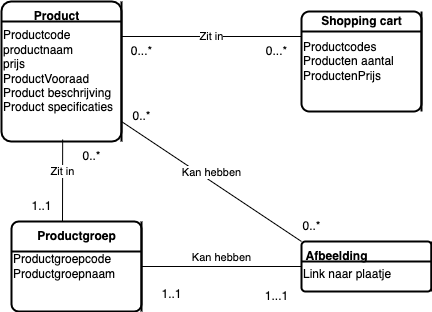
Before: drawio/domainModel/KBS-DomainModel.drawio.png, a diagram exported from draw.io (Naraquoth/nerdygadgets). Source tidied: cells renumbered, new cells last; positions are measured from the earlier drawing's top-left corner, leaving out a move shared by most shapes.
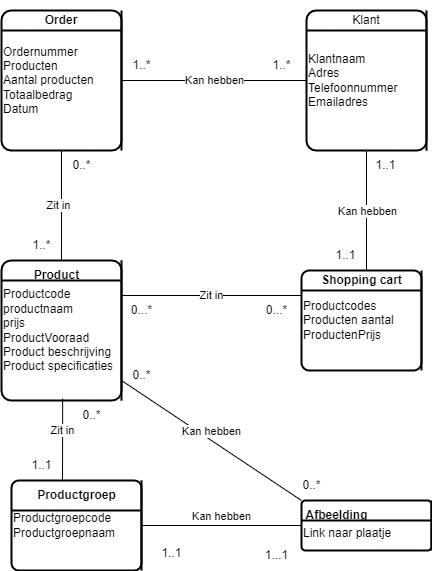
After the change.

Change to the diagram source:
```diff
@@ -69,5 +69,55 @@
     <mxCell id="21" value="0..*" style="text;html=1;align=center;verticalAlign=middle;strokeColor=none;fillColor=none;" parent="1" vertex="1">
       <mxGeometry x="70" y="140" width="40" height="30" as="geometry" />
     </mxCell>
+    <mxCell id="22" value="Ordernummer&lt;br&gt;Producten&lt;br&gt;Aantal producten&lt;br&gt;Totaalbedrag&lt;br&gt;Datum" style="shape=internalStorage;whiteSpace=wrap;html=1;dx=120;dy=20;rounded=1;arcSize=8;strokeWidth=2;align=left;" parent="1" vertex="1">
+      <mxGeometry y="-250" width="120" height="140" as="geometry" />
+    </mxCell>
+    <mxCell id="23" value="Klantnaam&lt;br&gt;Adres&lt;br&gt;Telefoonnummer&lt;br&gt;Emailadres" style="shape=internalStorage;whiteSpace=wrap;html=1;dx=120;dy=20;rounded=1;arcSize=8;strokeWidth=2;align=left;" parent="1" vertex="1">
+      <mxGeometry x="305" y="-250" width="120" height="140" as="geometry" />
+    </mxCell>
+    <mxCell id="24" value="&lt;b&gt;Order&lt;/b&gt;" style="text;html=1;strokeColor=none;fillColor=none;align=center;verticalAlign=middle;whiteSpace=wrap;rounded=0;" parent="1" vertex="1">
+      <mxGeometry x="30" y="-260" width="60" height="40" as="geometry" />
+    </mxCell>
+    <mxCell id="25" value="Klant" style="text;html=1;strokeColor=none;fillColor=none;align=center;verticalAlign=middle;whiteSpace=wrap;rounded=0;" parent="1" vertex="1">
+      <mxGeometry x="335" y="-255" width="60" height="30" as="geometry" />
+    </mxCell>
+    <mxCell id="26" style="endArrow=none;html=1;rounded=0;entryX=0.5;entryY=1;entryDx=0;entryDy=0;exitX=0.75;exitY=1;exitDx=0;exitDy=0;" parent="1" edge="1" target="23">
+      <mxGeometry relative="1" as="geometry">
+        <mxPoint x="365" y="10" as="sourcePoint" />
+      </mxGeometry>
+    </mxCell>
+    <mxCell id="27" value="Kan hebben" style="edgeLabel;html=1;align=center;verticalAlign=middle;" parent="26" vertex="1">
+      <mxGeometry x="-0.01" relative="1" as="geometry" />
+    </mxCell>
+    <mxCell id="28" style="endArrow=none;html=1;rounded=0;entryX=0;entryY=0.5;entryDx=0;entryDy=0;exitX=1;exitY=0.5;exitDx=0;exitDy=0;" parent="1" edge="1" source="22" target="23">
+      <mxGeometry relative="1" as="geometry" />
+    </mxCell>
+    <mxCell id="29" value="Kan hebben" style="edgeLabel;html=1;align=center;verticalAlign=middle;" parent="28" vertex="1">
+      <mxGeometry y="1" relative="1" as="geometry" />
+    </mxCell>
+    <mxCell id="30" style="endArrow=none;html=1;rounded=0;exitX=0.571;exitY=0.007;exitDx=0;exitDy=0;exitPerimeter=0;" parent="1" edge="1" source="4" target="22">
+      <mxGeometry relative="1" as="geometry" />
+    </mxCell>
+    <mxCell id="31" value="Zit in" style="edgeLabel;html=1;align=center;verticalAlign=middle;" parent="30" vertex="1">
+      <mxGeometry x="0.01" y="3" relative="1" as="geometry" />
+    </mxCell>
+    <mxCell id="32" value="1..*" style="text;html=1;align=center;verticalAlign=middle;strokeColor=none;fillColor=none;" parent="1" vertex="1">
+      <mxGeometry x="20" y="-30" width="40" height="30" as="geometry" />
+    </mxCell>
+    <mxCell id="33" value="0..*" style="text;html=1;align=center;verticalAlign=middle;strokeColor=none;fillColor=none;" parent="1" vertex="1">
+      <mxGeometry x="60" y="-110" width="40" height="30" as="geometry" />
+    </mxCell>
+    <mxCell id="34" value="1..*" style="text;html=1;align=center;verticalAlign=middle;strokeColor=none;fillColor=none;" parent="1" vertex="1">
+      <mxGeometry x="120" y="-210" width="40" height="30" as="geometry" />
+    </mxCell>
+    <mxCell id="35" value="1..*" style="text;html=1;align=center;verticalAlign=middle;strokeColor=none;fillColor=none;" parent="1" vertex="1">
+      <mxGeometry x="260" y="-210" width="40" height="30" as="geometry" />
+    </mxCell>
+    <mxCell id="36" value="1..1" style="text;html=1;align=center;verticalAlign=middle;strokeColor=none;fillColor=none;" parent="1" vertex="1">
+      <mxGeometry x="364" y="-110" width="40" height="30" as="geometry" />
+    </mxCell>
+    <mxCell id="37" value="1..1" style="text;html=1;align=center;verticalAlign=middle;strokeColor=none;fillColor=none;" parent="1" vertex="1">
+      <mxGeometry x="324" y="-20" width="40" height="30" as="geometry" />
+    </mxCell>
   </root>
 </mxGraphModel>
```
